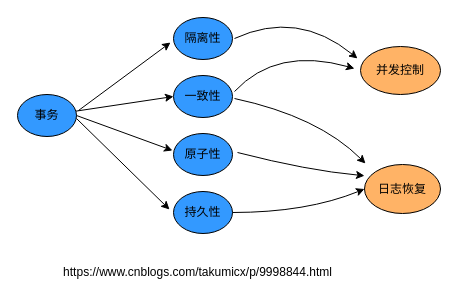
Earlier version of the draw.io diagram MySQL/MySQL.drawio (JohnJeep/Learning-CS-Journey). Source tidied: cells renumbered, new cells numbered last; positions are measured from the earlier drawing's top-left corner, leaving out a move shared by most shapes. Both pictures are drawn from the tidied source at 100%, with x=0, y=0 at pixel (17, 9).
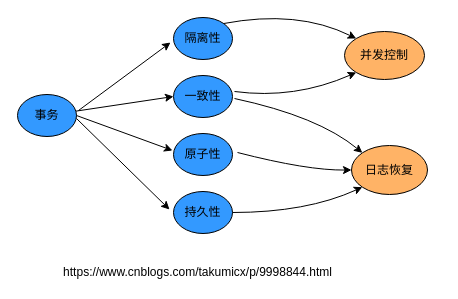
The same page after the edit.

The change refers to these unchanged cells:
```xml
<mxCell id="3" value="隔离性" style="ellipse;whiteSpace=wrap;html=1;fillColor=#3399FF;align=center;" parent="1" vertex="1">
  <mxGeometry x="156" y="8" width="59" height="42" as="geometry" />
</mxCell>
<mxCell id="6" value="持久性" style="ellipse;whiteSpace=wrap;html=1;fillColor=#3399FF;align=center;" parent="1" vertex="1">
  <mxGeometry x="156" y="182" width="59" height="42" as="geometry" />
</mxCell>
```

Change to the diagram source:
```diff
@@
     <mxCell id="7" value="并发控制" style="ellipse;whiteSpace=wrap;html=1;fillColor=#FFB366;" parent="1" vertex="1">
-      <mxGeometry x="343" y="37" width="80" height="48" as="geometry" />
+      <mxGeometry x="327" y="22" width="80" height="48" as="geometry" />
     </mxCell>
     <mxCell id="8" value="日志恢复" style="ellipse;whiteSpace=wrap;html=1;fillColor=#FFB366;" parent="1" vertex="1">
-      <mxGeometry x="347" y="155" width="76" height="49" as="geometry" />
+      <mxGeometry x="334" y="136" width="76" height="49" as="geometry" />
     </mxCell>
-    <mxCell id="9" style="curved=1;endArrow=classic;html=1;" parent="1" edge="1">
+    <mxCell id="9" style="curved=1;endArrow=classic;html=1;entryX=0;entryY=0;entryDx=0;entryDy=0;exitX=1;exitY=0;exitDx=0;exitDy=0;" parent="1" edge="1" source="3" target="7">
       <mxGeometry relative="1" as="geometry">
-        <mxPoint x="217" y="29" as="sourcePoint" />
-        <mxPoint x="340" y="49" as="targetPoint" />
         <Array as="points">
           <mxPoint x="280" />
         </Array>
       </mxGeometry>
     </mxCell>
-    <mxCell id="10" style="curved=1;endArrow=classic;html=1;" parent="1" edge="1">
+    <mxCell id="10" style="curved=1;endArrow=classic;html=1;entryX=0;entryY=1;entryDx=0;entryDy=0;" parent="1" edge="1" target="7">
       <mxGeometry relative="1" as="geometry">
         <mxPoint x="217" y="82" as="sourcePoint" />
-        <mxPoint x="337" y="59" as="targetPoint" />
         <Array as="points">
-          <mxPoint x="259" y="37" />
+          <mxPoint x="277" y="90" />
         </Array>
       </mxGeometry>
     </mxCell>
-    <mxCell id="11" style="curved=1;endArrow=classic;html=1;entryX=0;entryY=0.229;entryDx=0;entryDy=0;entryPerimeter=0;" parent="1" edge="1" target="8">
+    <mxCell id="11" style="curved=1;endArrow=classic;html=1;entryX=0;entryY=0.5;entryDx=0;entryDy=0;" parent="1" edge="1" target="8">
       <mxGeometry relative="1" as="geometry">
         <mxPoint x="220" y="143" as="sourcePoint" />
         <Array as="points">
           <mxPoint x="290" y="161" />
         </Array>
       </mxGeometry>
     </mxCell>
-    <mxCell id="12" style="curved=1;endArrow=classic;html=1;exitX=1;exitY=0.5;exitDx=0;exitDy=0;entryX=0;entryY=0.5;entryDx=0;entryDy=0;" parent="1" edge="1" source="6" target="8">
+    <mxCell id="12" style="curved=1;endArrow=classic;html=1;exitX=1;exitY=0.5;exitDx=0;exitDy=0;entryX=0;entryY=1;entryDx=0;entryDy=0;" parent="1" edge="1" source="6" target="8">
       <mxGeometry relative="1" as="geometry">
         <Array as="points">
           <mxPoint x="289" y="203" />
         </Array>
       </mxGeometry>
     </mxCell>
-    <mxCell id="13" style="curved=1;endArrow=classic;html=1;" parent="1" edge="1">
+    <mxCell id="13" style="curved=1;endArrow=classic;html=1;entryX=0;entryY=0;entryDx=0;entryDy=0;" parent="1" edge="1" target="8">
       <mxGeometry relative="1" as="geometry">
         <mxPoint x="217" y="89" as="sourcePoint" />
-        <mxPoint x="348" y="154" as="targetPoint" />
         <Array as="points">
           <mxPoint x="301" y="107" />
         </Array>
       </mxGeometry>
     </mxCell>
```
